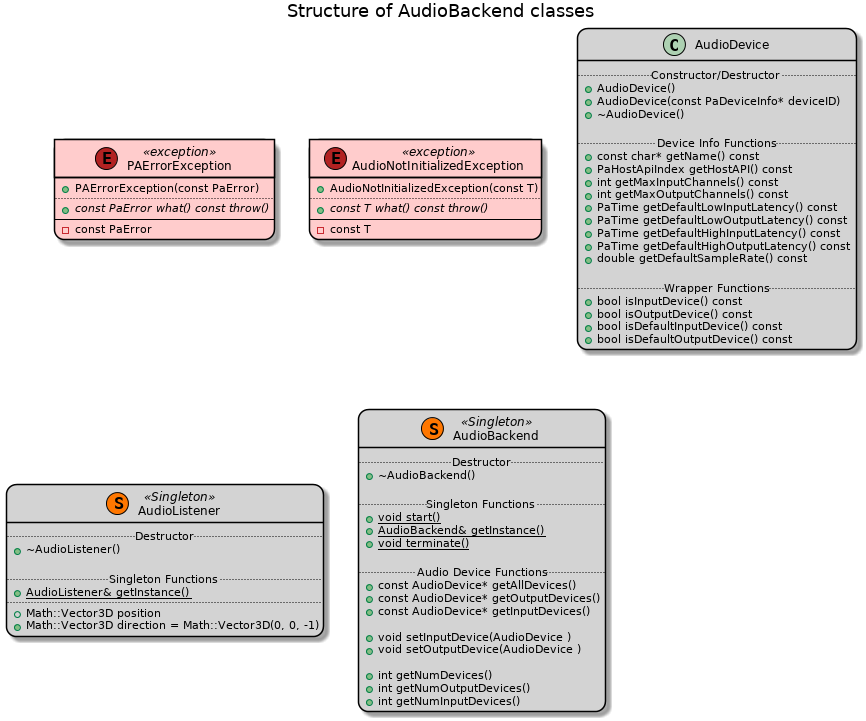
aurora-fw-archive/module_audio keeps this PlantUML diagram as docs/AudioBackend.png. Above is the earlier version.
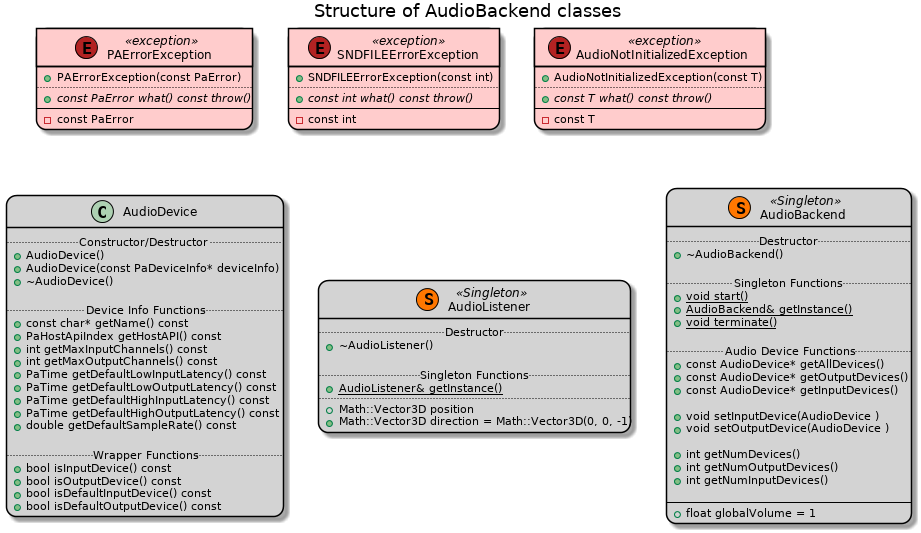
After the change.

Change to the diagram source:
```diff
@@ -16,6 +16,13 @@
 	--
 	- const PaError
 }
+class SNDFILEErrorException <<(E,firebrick) exception>> #FCC {
+	+ SNDFILEErrorException(const int)
+	..
+	+ {abstract} const int what() const throw()
+	--
+	- const int
+}
 class AudioNotInitializedException <<(E,firebrick) exception>> #FCC {
 	+ AudioNotInitializedException(const T)
 	..
@@ -25,60 +32,63 @@
 }
 
 class AudioDevice {
-    .. Constructor/Destructor ..
-    + AudioDevice()
-    + AudioDevice(const PaDeviceInfo* deviceID)
-    + ~AudioDevice()
+	.. Constructor/Destructor ..
+	+ AudioDevice()
+	+ AudioDevice(const PaDeviceInfo* deviceInfo)
+	+ ~AudioDevice()
 
-    .. Device Info Functions..
-    + const char* getName() const
-    + PaHostApiIndex getHostAPI() const
-    + int getMaxInputChannels() const
-    + int getMaxOutputChannels() const
-    + PaTime getDefaultLowInputLatency() const
-    + PaTime getDefaultLowOutputLatency() const
-    + PaTime getDefaultHighInputLatency() const
-    + PaTime getDefaultHighOutputLatency() const
-    + double getDefaultSampleRate() const
+	.. Device Info Functions..
+	+ const char* getName() const
+	+ PaHostApiIndex getHostAPI() const
+	+ int getMaxInputChannels() const
+	+ int getMaxOutputChannels() const
+	+ PaTime getDefaultLowInputLatency() const
+	+ PaTime getDefaultLowOutputLatency() const
+	+ PaTime getDefaultHighInputLatency() const
+	+ PaTime getDefaultHighOutputLatency() const
+	+ double getDefaultSampleRate() const
 
-    .. Wrapper Functions ..
-    + bool isInputDevice() const
-    + bool isOutputDevice() const
-    + bool isDefaultInputDevice() const
-    + bool isDefaultOutputDevice() const
+	.. Wrapper Functions ..
+	+ bool isInputDevice() const
+	+ bool isOutputDevice() const
+	+ bool isDefaultInputDevice() const
+	+ bool isDefaultOutputDevice() const
 }
 
 class AudioListener << (S,#FF7700) Singleton >> {
-    .. Destructor ..
-    + ~AudioListener()
+	.. Destructor ..
+	+ ~AudioListener()
 
-    .. Singleton Functions ..
-    + {static} AudioListener& getInstance()
-    ..
-    + Math::Vector3D position
-    + Math::Vector3D direction = Math::Vector3D(0, 0, -1)
+	.. Singleton Functions ..
+	+ {static} AudioListener& getInstance()
+	..
+	+ Math::Vector3D position
+	+ Math::Vector3D direction = Math::Vector3D(0, 0, -1)
 }
 
 class AudioBackend << (S,#FF7700) Singleton >> {
-    .. Destructor ..
-    + ~AudioBackend()
+	.. Destructor ..
+	+ ~AudioBackend()
 
-    .. Singleton Functions ..
-    + {static} void start()
-    + {static} AudioBackend& getInstance()
-    + {static} void terminate()
+	.. Singleton Functions ..
+	+ {static} void start()
+	+ {static} AudioBackend& getInstance()
+	+ {static} void terminate()
 
-    .. Audio Device Functions ..
-    + const AudioDevice* getAllDevices()
-    + const AudioDevice* getOutputDevices()
-    + const AudioDevice* getInputDevices()
+	.. Audio Device Functions ..
+	+ const AudioDevice* getAllDevices()
+	+ const AudioDevice* getOutputDevices()
+	+ const AudioDevice* getInputDevices()
 
-    + void setInputDevice(AudioDevice )
-    + void setOutputDevice(AudioDevice )
+	+ void setInputDevice(AudioDevice )
+	+ void setOutputDevice(AudioDevice )
 
-    + int getNumDevices()
-    + int getNumOutputDevices()
-    + int getNumInputDevices()
+	+ int getNumDevices()
+	+ int getNumOutputDevices()
+	+ int getNumInputDevices()
+
+	--
+	+ float globalVolume = 1
 }
 
 @enduml
```
